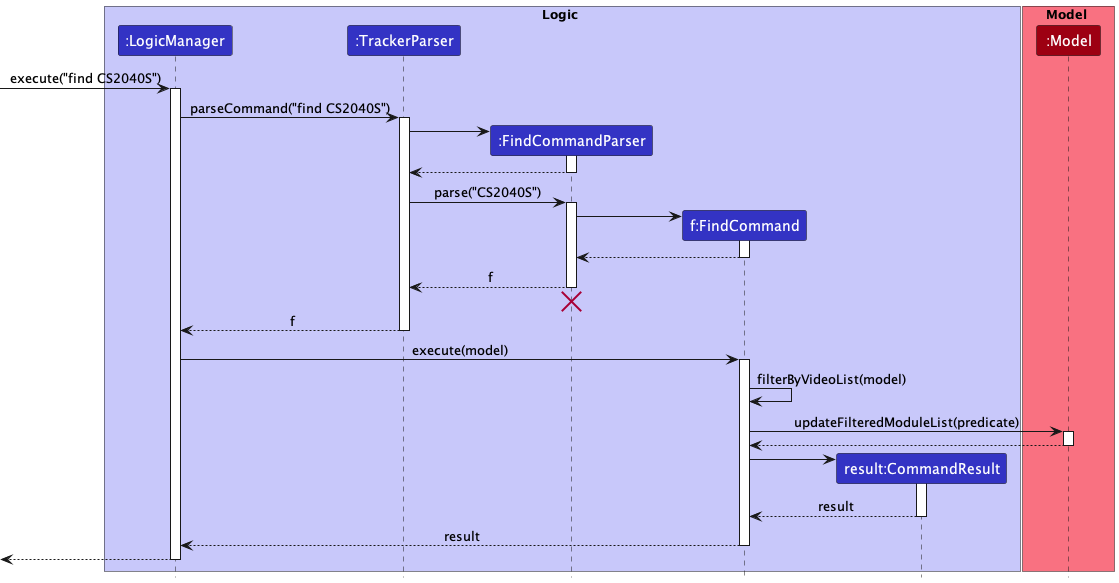
nus-cs2103-AY2223S2/tp keeps this PlantUML diagram as docs/images/FindSequenceDiagram.png. Above is the earlier version.
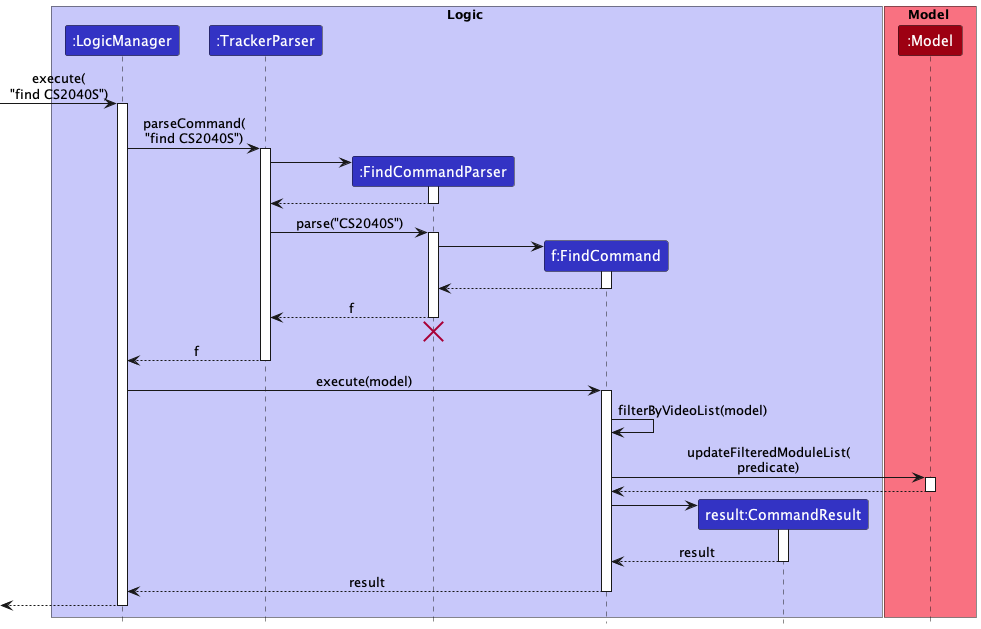
After the change.

Commit message:
Updated list and find sequence diagram

Diff of the diagram source:
```diff
@@ -13,10 +13,10 @@
 participant ":Model" as Model MODEL_COLOR
 end box
 
-[-> LogicManager : execute("find CS2040S")
+[-> LogicManager : execute(\n"find CS2040S")
 activate LogicManager
 
-LogicManager -> TrackerParser : parseCommand("find CS2040S")
+LogicManager -> TrackerParser : parseCommand(\n"find CS2040S")
 activate TrackerParser
 
 create FindCommandParser
@@ -50,7 +50,7 @@
 
 FindCommand -> FindCommand : filterByVideoList(model)
 
-FindCommand -> Model : updateFilteredModuleList(predicate)
+FindCommand -> Model : updateFilteredModuleList(\npredicate)
 activate Model
 
 Model --> FindCommand
```
